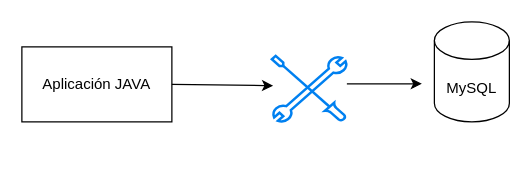
The draw.io diagram Untitled Diagram.drawio in fmtorrejon/app.diagrams.net, before the edit. Source tidied: cells renumbered, new cells numbered last; positions are measured from the earlier drawing's top-left corner, leaving out a move shared by most shapes. Both pictures are drawn from the tidied source at 125%, with x=0, y=0 at pixel (21, 21).
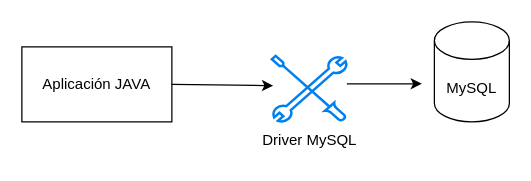
After the change.

Diff of the diagram source:
```diff
@@
 <mxGraphModel>
   <root>
     <mxCell id="0" />
     <mxCell id="1" parent="0" />
     <mxCell id="2" value="Aplicación JAVA" style="rounded=0;whiteSpace=wrap;html=1;" parent="1" vertex="1">
       <mxGeometry y="20" width="120" height="60" as="geometry" />
     </mxCell>
     <mxCell id="3" value="MySQL&lt;br&gt;" style="shape=cylinder3;whiteSpace=wrap;html=1;boundedLbl=1;backgroundOutline=1;size=15;" parent="1" vertex="1">
       <mxGeometry x="330" width="60" height="80" as="geometry" />
     </mxCell>
     <mxCell id="4" style="html=1;verticalLabelPosition=bottom;align=center;labelBackgroundColor=#ffffff;verticalAlign=top;strokeWidth=2;strokeColor=#0080F0;shadow=0;dashed=0;shape=mxgraph.ios7.icons.tools;" parent="1" vertex="1">
       <mxGeometry x="200" y="27.2" width="60" height="52.9" as="geometry" />
     </mxCell>
     <mxCell id="5" style="endArrow=classic;html=1;rounded=0;" parent="1" edge="1">
       <mxGeometry relative="1" as="geometry">
         <mxPoint x="260" y="49.5" as="sourcePoint" />
         <mxPoint x="320" y="49.5" as="targetPoint" />
         <Array as="points">
           <mxPoint x="290" y="49.5" />
         </Array>
       </mxGeometry>
     </mxCell>
     <mxCell id="6" style="endArrow=classic;html=1;rounded=0;entryX=0.017;entryY=0.451;entryDx=0;entryDy=0;entryPerimeter=0;" parent="1" edge="1" target="4">
       <mxGeometry relative="1" as="geometry">
         <mxPoint x="120" y="50" as="sourcePoint" />
       </mxGeometry>
     </mxCell>
+    <mxCell id="7" value="Driver MySQL" style="text;html=1;align=center;verticalAlign=middle;strokeColor=none;fillColor=none;" parent="1" vertex="1">
+      <mxGeometry x="180" y="80" width="100" height="30" as="geometry" />
+    </mxCell>
   </root>
 </mxGraphModel>
```
